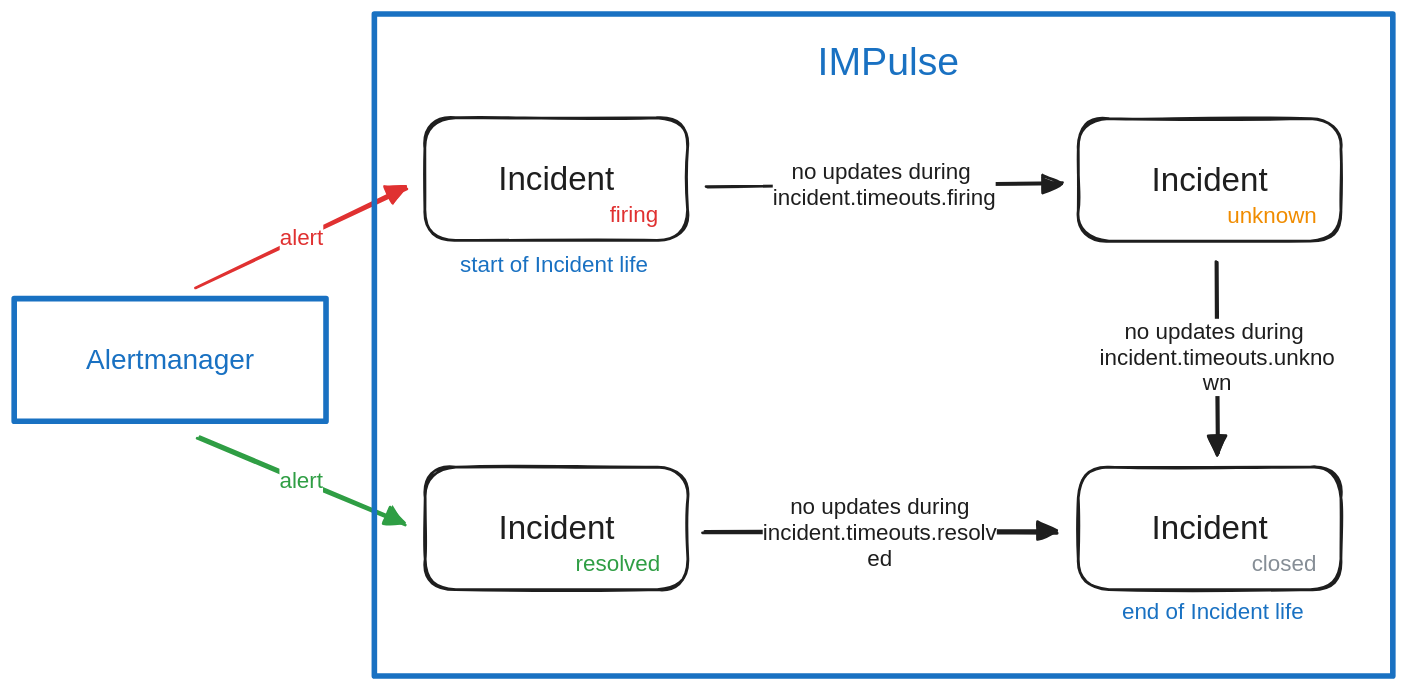
Earlier version of the Excalidraw export docs/content/media/incident_behavior.excalidraw.svg (eslupmi/impulse). Source tidied: one line per element, renumbered; positions are measured from the earlier drawing's top-left corner, leaving out a move shared by most shapes.
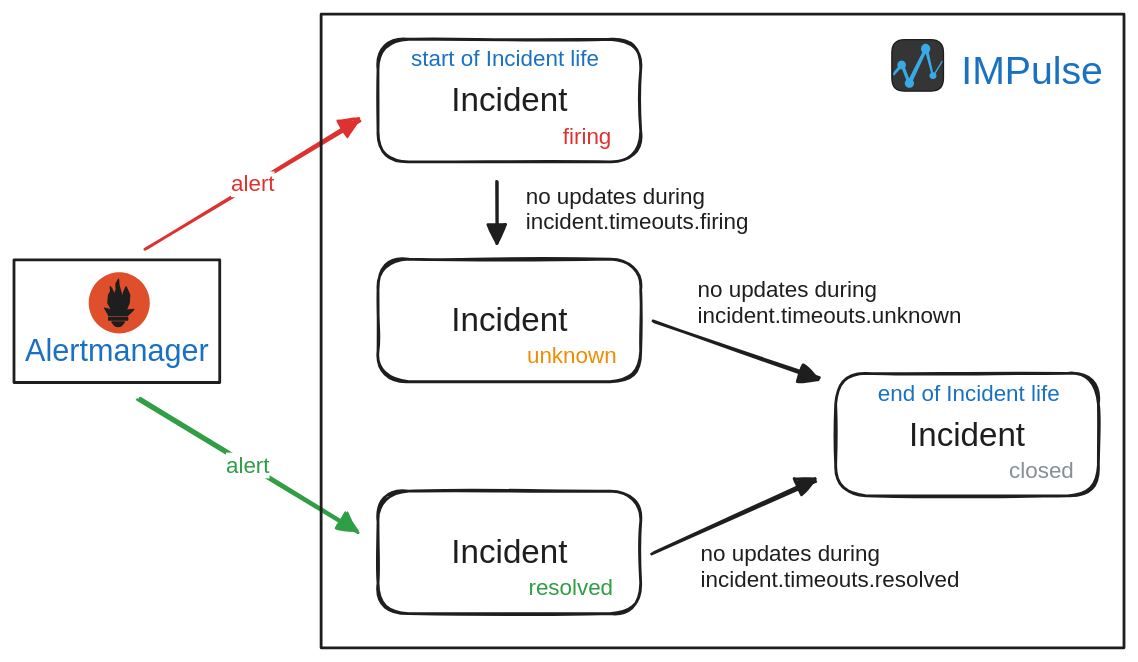
The same diagram one commit later.

The edit, as a diff of the source:
```diff
@@ -1,28 +1,38 @@
-{"id": 0, "type": "arrow", "strokeColor": "#e03131", "strokeWidth": 2, "roughness": 1, "endArrowhead": "triangle", "round": true, "from": 25, "to": 14, "x": 130, "y": 195, "width": 150, "height": 71, "points": [[0, 0], [150, -71]]}
+{"id": 0, "type": "arrow", "strokeColor": "#e03131", "strokeWidth": 2, "roughness": 1, "endArrowhead": "triangle", "round": true, "from": 25, "to": 14, "x": 132, "y": 195, "width": 153, "height": 92, "points": [[0, 0], [153, -92]]}
 {"id": 1, "type": "text", "text": "alert", "strokeColor": "#e03131", "strokeWidth": 2, "roughness": 1, "fontSize": 16, "fontFamily": 2, "textAlign": "center", "verticalAlign": "middle", "inside": 0, "x": 190, "y": 150, "width": 31, "height": 18}
-{"id": 2, "type": "arrow", "strokeColor": "#1e1e1e", "strokeWidth": 2, "roughness": 1, "endArrowhead": "triangle", "round": true, "from": 14, "to": 20, "x": 495, "y": 122, "width": 253, "height": 1, "points": [[0, 0], [253, -1]]}
+{"id": 2, "type": "arrow", "strokeColor": "#1e1e1e", "strokeWidth": 2, "roughness": 1, "endArrowhead": "triangle", "round": true, "from": 14, "to": 20, "x": 383, "y": 147, "width": 0, "height": 45, "points": [[0, 0], [0, 45]]}
-{"id": 3, "type": "text", "text": "no updates during \nincident.timeouts.firing", "strokeColor": "#1e1e1e", "strokeWidth": 2, "roughness": 1, "fontSize": 16, "fontFamily": 2, "textAlign": "center", "verticalAlign": "middle", "inside": 2, "x": 542, "y": 104, "width": 159, "height": 37}
-{"id": 4, "type": "rectangle", "strokeColor": "#1e1e1e", "strokeWidth": 2, "roughness": 1, "round": true, "x": 294, "y": 324, "width": 188, "height": 88}
+{"id": 4, "type": "rectangle", "strokeColor": "#1e1e1e", "strokeWidth": 2, "roughness": 1, "round": true, "x": 298, "y": 368, "width": 188, "height": 88}
-{"id": 5, "type": "text", "text": "Incident", "strokeColor": "#1e1e1e", "strokeWidth": 2, "roughness": 1, "fontSize": 23.67, "fontFamily": 2, "textAlign": "center", "verticalAlign": "middle", "inside": 4, "x": 346, "y": 354, "width": 83, "height": 27}
+{"id": 5, "type": "text", "text": "Incident", "strokeColor": "#1e1e1e", "strokeWidth": 2, "roughness": 1, "fontSize": 23.67, "fontFamily": 2, "textAlign": "center", "verticalAlign": "middle", "inside": 4, "x": 350, "y": 399, "width": 83, "height": 27}
-{"id": 6, "type": "text", "text": "resolved", "strokeColor": "#2f9e44", "strokeWidth": 2, "roughness": 1, "fontSize": 16, "fontFamily": 2, "textAlign": "center", "verticalAlign": "middle", "x": 401, "y": 384, "width": 60, "height": 18}
+{"id": 6, "type": "text", "text": "resolved", "strokeColor": "#2f9e44", "strokeWidth": 2, "roughness": 1, "fontSize": 16, "fontFamily": 2, "textAlign": "center", "verticalAlign": "middle", "x": 405, "y": 429, "width": 60, "height": 18}
-{"id": 7, "type": "arrow", "strokeColor": "#1e1e1e", "strokeWidth": 2, "roughness": 1, "endArrowhead": "triangle", "round": true, "from": 4, "to": 17, "x": 493, "y": 371, "width": 251, "height": 0, "points": [[0, 0], [251, 0]]}
+{"id": 7, "type": "arrow", "strokeColor": "#1e1e1e", "strokeWidth": 2, "roughness": 1, "endArrowhead": "triangle", "round": true, "from": 4, "to": 17, "x": 494, "y": 413, "width": 115, "height": 52, "points": [[0, 0], [115, -52]]}
-{"id": 8, "type": "text", "text": "no updates during\nincident.timeouts.resolv\ned", "strokeColor": "#1e1e1e", "strokeWidth": 2, "roughness": 1, "fontSize": 16, "fontFamily": 2, "textAlign": "center", "verticalAlign": "middle", "inside": 7, "x": 535, "y": 343, "width": 167, "height": 55}
-{"id": 9, "type": "arrow", "strokeColor": "#2f9e44", "strokeWidth": 2, "roughness": 1, "endArrowhead": "triangle", "round": true, "from": 25, "to": 4, "x": 131, "y": 303, "width": 148, "height": 61, "points": [[0, 0], [148, 61]]}
+{"id": 9, "type": "arrow", "strokeColor": "#2f9e44", "strokeWidth": 2, "roughness": 1, "endArrowhead": "triangle", "round": true, "from": 25, "to": 4, "x": 127, "y": 303, "width": 157, "height": 94, "points": [[0, 0], [157, 94]]}
 {"id": 10, "type": "text", "text": "alert", "strokeColor": "#2f9e44", "strokeWidth": 2, "roughness": 1, "fontSize": 16, "fontFamily": 2, "textAlign": "center", "verticalAlign": "middle", "inside": 9, "x": 189, "y": 324, "width": 31, "height": 18}
-{"id": 11, "type": "text", "text": "end of Incident life", "strokeColor": "#1971c2", "strokeWidth": 2, "roughness": 1, "fontSize": 16, "fontFamily": 2, "x": 791, "y": 418, "width": 130, "height": 18}
+{"id": 11, "type": "text", "text": "end of Incident life", "strokeColor": "#1971c2", "strokeWidth": 2, "roughness": 1, "fontSize": 16, "fontFamily": 2, "x": 655, "y": 290, "width": 130, "height": 18}
-{"id": 12, "type": "arrow", "strokeColor": "#1e1e1e", "strokeWidth": 2, "roughness": 1, "endArrowhead": "triangle", "round": true, "from": 20, "to": 17, "x": 858, "y": 177, "width": 2, "height": 137, "points": [[0, 0], [2, 137]]}
+{"id": 12, "type": "arrow", "strokeColor": "#1e1e1e", "strokeWidth": 2, "roughness": 1, "endArrowhead": "triangle", "round": true, "from": 20, "to": 17, "x": 494, "y": 247, "width": 119, "height": 41, "points": [[0, 0], [119, 41]]}
-{"id": 13, "type": "text", "text": "no updates during \nincident.timeouts.unkno\nwn", "strokeColor": "#1e1e1e", "strokeWidth": 2, "roughness": 1, "fontSize": 16, "fontFamily": 2, "textAlign": "center", "verticalAlign": "middle", "inside": 12, "x": 775, "y": 218, "width": 168, "height": 55}
-{"id": 14, "type": "rectangle", "strokeColor": "#1e1e1e", "strokeWidth": 2, "roughness": 1, "round": true, "x": 293, "y": 74, "width": 188, "height": 88}
+{"id": 14, "type": "rectangle", "strokeColor": "#1e1e1e", "strokeWidth": 2, "roughness": 1, "round": true, "x": 298, "y": 46, "width": 188, "height": 88}
-{"id": 15, "type": "text", "text": "Incident", "strokeColor": "#1e1e1e", "strokeWidth": 2, "roughness": 1, "fontSize": 23.67, "fontFamily": 2, "textAlign": "center", "verticalAlign": "middle", "inside": 14, "x": 346, "y": 104, "width": 83, "height": 27}
+{"id": 15, "type": "text", "text": "Incident", "strokeColor": "#1e1e1e", "strokeWidth": 2, "roughness": 1, "fontSize": 23.67, "fontFamily": 2, "textAlign": "center", "verticalAlign": "middle", "inside": 14, "x": 350, "y": 76, "width": 83, "height": 27}
-{"id": 16, "type": "text", "text": "firing", "strokeColor": "#e03131", "strokeWidth": 2, "roughness": 1, "fontSize": 16, "fontFamily": 2, "textAlign": "center", "verticalAlign": "middle", "x": 425, "y": 134, "width": 35, "height": 18}
+{"id": 16, "type": "text", "text": "firing", "strokeColor": "#e03131", "strokeWidth": 2, "roughness": 1, "fontSize": 16, "fontFamily": 2, "textAlign": "center", "verticalAlign": "middle", "x": 430, "y": 106, "width": 35, "height": 18}
-{"id": 17, "type": "rectangle", "strokeColor": "#1e1e1e", "strokeWidth": 2, "roughness": 1, "round": true, "x": 760, "y": 324, "width": 188, "height": 88}
+{"id": 17, "type": "rectangle", "strokeColor": "#1e1e1e", "strokeWidth": 2, "roughness": 1, "round": true, "x": 625, "y": 284, "width": 188, "height": 88}
-{"id": 18, "type": "text", "text": "Incident", "strokeColor": "#1e1e1e", "strokeWidth": 2, "roughness": 1, "fontSize": 23.67, "fontFamily": 2, "textAlign": "center", "verticalAlign": "middle", "inside": 17, "x": 812, "y": 354, "width": 83, "height": 27}
+{"id": 18, "type": "text", "text": "Incident", "strokeColor": "#1e1e1e", "strokeWidth": 2, "roughness": 1, "fontSize": 23.67, "fontFamily": 2, "textAlign": "center", "verticalAlign": "middle", "inside": 17, "x": 677, "y": 314, "width": 83, "height": 27}
-{"id": 19, "type": "text", "text": "closed", "strokeColor": "#868e96", "strokeWidth": 2, "roughness": 1, "fontSize": 16, "fontFamily": 2, "textAlign": "center", "verticalAlign": "middle", "x": 884, "y": 384, "width": 46, "height": 18}
+{"id": 19, "type": "text", "text": "closed", "strokeColor": "#868e96", "strokeWidth": 2, "roughness": 1, "fontSize": 16, "fontFamily": 2, "textAlign": "center", "verticalAlign": "middle", "x": 749, "y": 344, "width": 46, "height": 18}
-{"id": 20, "type": "rectangle", "strokeColor": "#1e1e1e", "strokeWidth": 2, "roughness": 1, "round": true, "x": 760, "y": 75, "width": 188, "height": 88}
+{"id": 20, "type": "rectangle", "strokeColor": "#1e1e1e", "strokeWidth": 2, "roughness": 1, "round": true, "x": 298, "y": 203, "width": 188, "height": 88}
-{"id": 21, "type": "text", "text": "Incident", "strokeColor": "#1e1e1e", "strokeWidth": 2, "roughness": 1, "fontSize": 23.67, "fontFamily": 2, "textAlign": "center", "verticalAlign": "middle", "inside": 20, "x": 812, "y": 105, "width": 83, "height": 27}
+{"id": 21, "type": "text", "text": "Incident", "strokeColor": "#1e1e1e", "strokeWidth": 2, "roughness": 1, "fontSize": 23.67, "fontFamily": 2, "textAlign": "center", "verticalAlign": "middle", "inside": 20, "x": 350, "y": 233, "width": 83, "height": 27}
-{"id": 22, "type": "text", "text": "unknown", "strokeColor": "#f08c00", "strokeWidth": 2, "roughness": 1, "fontSize": 16, "fontFamily": 2, "textAlign": "center", "verticalAlign": "middle", "x": 866, "y": 135, "width": 64, "height": 18}
+{"id": 22, "type": "text", "text": "unknown", "strokeColor": "#f08c00", "strokeWidth": 2, "roughness": 1, "fontSize": 16, "fontFamily": 2, "textAlign": "center", "verticalAlign": "middle", "x": 404, "y": 263, "width": 64, "height": 18}
-{"id": 23, "type": "text", "text": "start of Incident life", "strokeColor": "#1971c2", "strokeWidth": 2, "roughness": 1, "fontSize": 16, "fontFamily": 2, "x": 318, "y": 170, "width": 134, "height": 18}
+{"id": 23, "type": "text", "text": "start of Incident life", "strokeColor": "#1971c2", "strokeWidth": 2, "roughness": 1, "fontSize": 16, "fontFamily": 2, "x": 321, "y": 50, "width": 134, "height": 18}
-{"id": 24, "type": "rectangle", "strokeColor": "#1971c2", "strokeWidth": 4, "roughness": 0, "x": 257, "y": 0, "width": 727, "height": 473}
+{"id": 24, "type": "rectangle", "strokeColor": "#1e1e1e", "strokeWidth": 2, "roughness": 0, "x": 257, "y": 28, "width": 573, "height": 453}
-{"id": 25, "type": "rectangle", "strokeColor": "#1971c2", "strokeWidth": 4, "roughness": 0, "x": 0, "y": 203, "width": 223, "height": 88}
+{"id": 25, "type": "rectangle", "strokeColor": "#1e1e1e", "strokeWidth": 2, "roughness": 0, "x": 38, "y": 203, "width": 147, "height": 88}
+{"id": 27, "type": "text", "text": "IMPulse", "strokeColor": "#1971c2", "strokeWidth": 2, "strokeStyle": "dashed", "roughness": 1, "fontSize": 28, "fontFamily": 2, "x": 715, "y": 52, "width": 101, "height": 32}
+{"id": 3, "type": "text", "text": "no updates during \nincident.timeouts.firing", "strokeColor": "#1e1e1e", "strokeWidth": 2, "roughness": 1, "fontSize": 16, "fontFamily": 2, "x": 403, "y": 149, "width": 159, "height": 37}
+{"id": 28, "type": "text", "text": "no updates during\nincident.timeouts.unknown", "strokeColor": "#1e1e1e", "strokeWidth": 2, "roughness": 1, "fontSize": 16, "fontFamily": 2, "x": 526, "y": 216, "width": 189, "height": 37}
+{"id": 29, "type": "text", "text": "no updates during\nincident.timeouts.resolved", "strokeColor": "#1e1e1e", "strokeWidth": 2, "roughness": 1, "fontSize": 16, "fontFamily": 2, "x": 528, "y": 404, "width": 185, "height": 37}
+{"id": 30, "type": "rectangle", "strokeColor": "#1e1e1e", "backgroundColor": "#353535", "fillStyle": "solid", "strokeWidth": 1, "roughness": 0, "round": true, "x": 665, "y": 46, "width": 37, "height": 37}
+{"id": 31, "type": "line", "strokeColor": "#38abe6", "backgroundColor": "#38abe6", "fillStyle": "solid", "strokeWidth": 1, "roughness": 0, "x": 667, "y": 70, "width": 34, "height": 29, "points": [[0, 0], [6, -7], [11, 5], [23, -19], [28, 2], [34, -8], [28, 3], [23, -15], [11, 10], [5, -5], [0, 2]]}
+{"id": 32, "type": "ellipse", "strokeColor": "#38abe6", "backgroundColor": "#38abe6", "fillStyle": "solid", "strokeWidth": 1, "roughness": 0, "x": 686, "y": 49, "width": 6, "height": 6}
+{"id": 33, "type": "ellipse", "strokeColor": "#38abe6", "backgroundColor": "#38abe6", "fillStyle": "solid", "strokeWidth": 1, "roughness": 0, "x": 675, "y": 74, "width": 6, "height": 5}
+{"id": 34, "type": "ellipse", "strokeColor": "#38abe6", "backgroundColor": "#38abe6", "fillStyle": "solid", "strokeWidth": 1, "roughness": 0, "x": 669, "y": 61, "width": 5, "height": 5}
+{"id": 35, "type": "ellipse", "strokeColor": "#38abe6", "backgroundColor": "#38abe6", "fillStyle": "solid", "strokeWidth": 1, "roughness": 0, "x": 692, "y": 70, "width": 4, "height": 4}
+{"id": 36, "type": "ellipse", "strokeColor": "transparent", "backgroundColor": "#df4f2b", "fillStyle": "solid", "strokeWidth": 4, "roughness": 0, "round": true, "x": 91, "y": 212, "width": 44, "height": 44}
+{"id": 37, "type": "rectangle", "strokeColor": "#1e1e1e", "backgroundColor": "#1e1e1e", "fillStyle": "solid", "strokeWidth": 1, "roughness": 0, "x": 106, "y": 244, "width": 13, "height": 2}
+{"id": 38, "type": "line", "strokeColor": "#1e1e1e", "backgroundColor": "#1e1e1e", "fillStyle": "solid", "strokeWidth": 1, "roughness": 0, "x": 112, "y": 251, "width": 9, "height": 3, "points": [[0, 0], [-2, 0], [-3, -2], [-4, -3], [4, -3], [3, -1], [2, 0], [0, 0]]}
+{"id": 39, "type": "line", "strokeColor": "#1e1e1e", "backgroundColor": "#1e1e1e", "fillStyle": "solid", "strokeWidth": 1, "roughness": 0, "x": 105, "y": 243, "width": 21, "height": 26, "points": [[0, 0], [14, 0], [18, -4], [12, -4], [15, -9], [15, -15], [12, -21], [11, -16], [9, -12], [9, -16], [7, -21], [7, -26], [5, -23], [5, -19], [4, -15], [3, -19], [1, -21], [1, -17], [0, -15], [-1, -9], [2, -4], [-3, -5], [0, -1]]}
-{"id": 26, "type": "text", "text": "Alertmanager", "strokeColor": "#1971c2", "strokeWidth": 2, "roughness": 0, "fontSize": 20, "fontFamily": 2, "textAlign": "center", "verticalAlign": "middle", "inside": 25, "x": 51, "y": 236, "width": 120, "height": 23}
+{"id": 26, "type": "text", "text": "Alertmanager", "strokeColor": "#1971c2", "strokeWidth": 2, "roughness": 1, "fontSize": 21.84, "fontFamily": 2, "x": 46, "y": 256, "width": 131, "height": 25}
-{"id": 27, "type": "text", "text": "IMPulse", "strokeColor": "#1971c2", "strokeWidth": 2, "strokeStyle": "dashed", "roughness": 1, "fontSize": 28, "fontFamily": 2, "x": 574, "y": 18, "width": 101, "height": 32}
```
